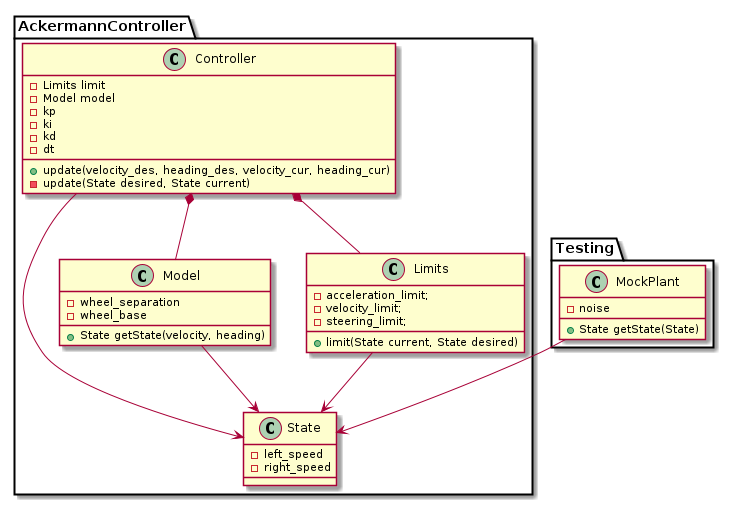
Earlier version of the PlantUML export docs/uml/class_diagram.png (danielmohansahu/ackermann-controller).
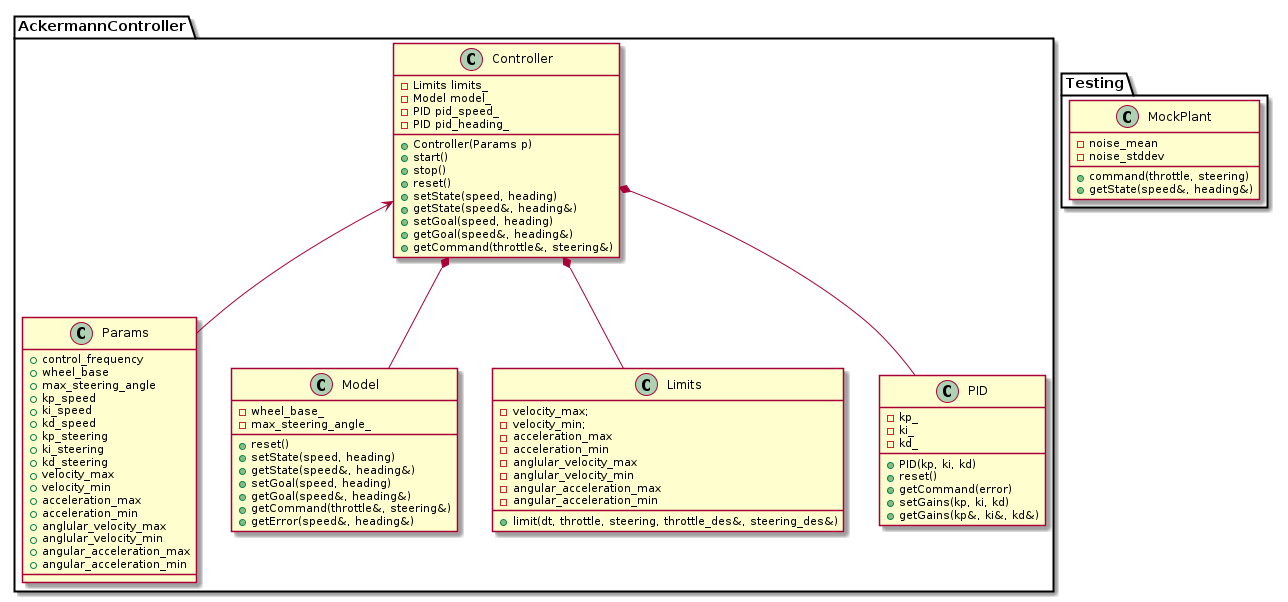
Later version of the same file.

Commit message:
[Task2.3] Updated class diagram with new design based on professor's feedback.

[docs/uml/class_diagram.txt] Text file used by plantuml to generate image

[docs/uml/class_diagram.png] Generated diagram.

The edit, as a diff of the source:
```diff
@@ -2,52 +2,91 @@
 
 package AckermannController {
 
-  class State {
-   - left_speed
-   - right_speed
+  class Params {
+    + control_frequency
+    + wheel_base
+    + max_steering_angle
+    + kp_speed
+    + ki_speed
+    + kd_speed
+    + kp_steering
+    + ki_steering
+    + kd_steering
+    + velocity_max
+    + velocity_min
+    + acceleration_max
+    + acceleration_min
+    + anglular_velocity_max
+    + anglular_velocity_min
+    + angular_acceleration_max
+    + angular_acceleration_min
+  }
+
+  class Controller {
+   + Controller(Params p)
+   + start()
+   + stop()
+   + reset()
+   + setState(speed, heading)
+   + getState(speed&, heading&)
+   + setGoal(speed, heading)
+   + getGoal(speed&, heading&)
+   + getCommand(throttle&, steering&)
+   - Limits limits_
+   - Model model_
+   - PID pid_speed_
+   - PID pid_heading_
   }
 
   class Model {
-   + State getState(velocity, heading)
-   - wheel_separation
-   - wheel_base
-  }
-
-  class Controller {
-   + update(velocity_des, heading_des, velocity_cur, heading_cur)
-   - update(State desired, State current)
-   - Limits limit
-   - Model model
-   - kp
-   - ki
-   - kd
-   - dt
+   + reset()
+   + setState(speed, heading)
+   + getState(speed&, heading&)
+   + setGoal(speed, heading)
+   + getGoal(speed&, heading&)
+   + getCommand(throttle&, steering&)
+   + getError(speed&, heading&)
+   - wheel_base_
+   - max_steering_angle_
   }
 
   class Limits {
-   + limit(State current, State desired)
-   - acceleration_limit;
-   - velocity_limit;
-   - steering_limit;
+   + limit(dt, throttle, steering, throttle_des&, steering_des&)
+   - velocity_max;
+   - velocity_min;
+   - acceleration_max
+   - acceleration_min
+   - anglular_velocity_max
+   - anglular_velocity_min
+   - angular_acceleration_max
+   - angular_acceleration_min
   }
 
+  class PID {
+    + PID(kp, ki, kd)
+    + reset()
+    + getCommand(error)
+    + setGains(kp, ki, kd)
+    + getGains(kp&, ki&, kd&)
+    - kp_
+    - ki_
+    - kd_
+  }
 
   Controller *-- Limits
   Controller *-- Model
-  Controller --> State
-  Model --> State
-  Limits --> State
+  Controller *-- PID
+  Controller <-- Params
 }
 
 package Testing {
 
   class MockPlant {
-   + State getState(State)
-   - noise
+   + command(throttle, steering)
+   + getState(speed&, heading&)
+   - noise_mean
+   - noise_stddev
   }
-
-  MockPlant --> State
-
 }
 
 @enduml
```
